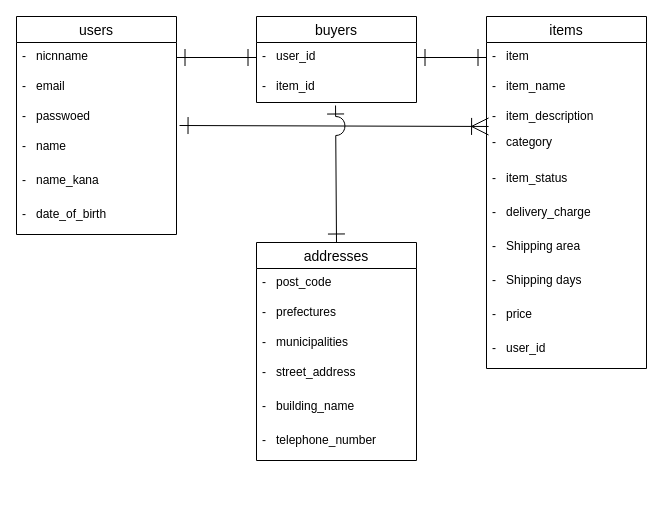
The draw.io diagram furima.dio in Riokyanpu/furima-40443, before the edit. Source tidied: cells renumbered, new cells numbered last; positions are measured from the earlier drawing's top-left corner, leaving out a move shared by most shapes. Both pictures are drawn from the tidied source at 100%, with x=0, y=0 at pixel (16, 16).
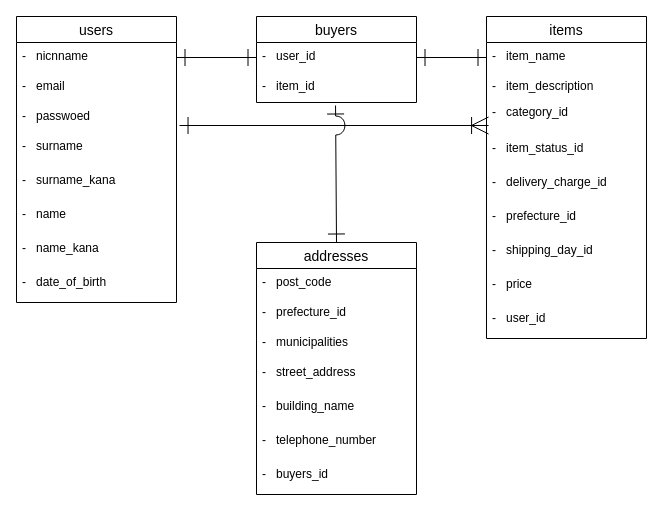
After the change.

The change refers to these unchanged cells:
```xml
<mxCell id="5" value="-   passwoed&#10;" style="text;strokeColor=none;fillColor=none;spacingLeft=4;spacingRight=4;overflow=hidden;points=[[0,0.5],[1,0.5]];portConstraint=eastwest;fontSize=12;" parent="2" vertex="1">
  <mxGeometry y="86" width="160" height="30" as="geometry" />
</mxCell>
<mxCell id="29" value="-   user_id" style="text;strokeColor=none;fillColor=none;spacingLeft=4;spacingRight=4;overflow=hidden;points=[[0,0.5],[1,0.5]];portConstraint=eastwest;fontSize=12;" parent="28" vertex="1">
  <mxGeometry y="26" width="160" height="30" as="geometry" />
</mxCell>
```

The edit, as a diff of the source:
```diff
@@
     <mxCell id="2" value="users" style="swimlane;fontStyle=0;horizontal=1;startSize=26;align=center;fontSize=14;" parent="1" vertex="1">
-      <mxGeometry width="160" height="218" as="geometry" />
+      <mxGeometry width="160" height="286" as="geometry" />
     </mxCell>
@@
-    <mxCell id="6" value="-   name&#10;" style="text;strokeColor=none;fillColor=none;spacingLeft=4;spacingRight=4;overflow=hidden;fontSize=12;" parent="2" vertex="1">
+    <mxCell id="6" value="-   surname&#10;" style="text;strokeColor=none;fillColor=none;spacingLeft=4;spacingRight=4;overflow=hidden;fontSize=12;" parent="2" vertex="1">
       <mxGeometry y="116" width="160" height="34" as="geometry" />
     </mxCell>
-    <mxCell id="7" value="-   name_kana" style="text;strokeColor=none;fillColor=none;spacingLeft=4;spacingRight=4;overflow=hidden;fontSize=12;" parent="2" vertex="1">
+    <mxCell id="7" value="-   surname_kana" style="text;strokeColor=none;fillColor=none;spacingLeft=4;spacingRight=4;overflow=hidden;fontSize=12;" parent="2" vertex="1">
       <mxGeometry y="150" width="160" height="34" as="geometry" />
     </mxCell>
+    <mxCell id="34" value="-   name&#10;" style="text;strokeColor=none;fillColor=none;spacingLeft=4;spacingRight=4;overflow=hidden;fontSize=12;" parent="2" vertex="1">
+      <mxGeometry y="184" width="160" height="34" as="geometry" />
+    </mxCell>
+    <mxCell id="35" value="-   name_kana" style="text;strokeColor=none;fillColor=none;spacingLeft=4;spacingRight=4;overflow=hidden;fontSize=12;" parent="2" vertex="1">
+      <mxGeometry y="218" width="160" height="34" as="geometry" />
+    </mxCell>
     <mxCell id="8" value="-   date_of_birth&#10;" style="text;strokeColor=none;fillColor=none;spacingLeft=4;spacingRight=4;overflow=hidden;fontSize=12;" parent="2" vertex="1">
-      <mxGeometry y="184" width="160" height="34" as="geometry" />
+      <mxGeometry y="252" width="160" height="34" as="geometry" />
     </mxCell>
-    <mxCell id="9" style="html=1;exitX=1.019;exitY=0.767;exitDx=0;exitDy=0;endArrow=ERoneToMany;endFill=0;endSize=15;startArrow=ERone;startFill=0;targetPerimeterSpacing=15;startSize=15;entryX=0.013;entryY=-0.056;entryDx=0;entryDy=0;entryPerimeter=0;exitPerimeter=0;" parent="1" edge="1" source="5" target="14">
+    <mxCell id="9" style="html=1;exitX=1.019;exitY=0.767;exitDx=0;exitDy=0;endArrow=ERoneToMany;endFill=0;endSize=15;startArrow=ERone;startFill=0;targetPerimeterSpacing=15;startSize=15;entryX=0.013;entryY=0.75;entryDx=0;entryDy=0;entryPerimeter=0;exitPerimeter=0;" parent="1" edge="1" source="5" target="14">
       <mxGeometry relative="1" as="geometry" />
     </mxCell>
     <mxCell id="10" value="items" style="swimlane;fontStyle=0;horizontal=1;startSize=26;align=center;fontSize=14;" parent="1" vertex="1">
-      <mxGeometry x="470" width="160" height="352" as="geometry" />
+      <mxGeometry x="470" width="160" height="322" as="geometry" />
     </mxCell>
-    <mxCell id="11" value="-   item" style="text;strokeColor=none;fillColor=none;spacingLeft=4;spacingRight=4;overflow=hidden;points=[[0,0.5],[1,0.5]];portConstraint=eastwest;fontSize=12;" parent="10" vertex="1">
-      <mxGeometry y="26" width="160" height="30" as="geometry" />
-    </mxCell>
     <mxCell id="12" value="-   item_name" style="text;strokeColor=none;fillColor=none;spacingLeft=4;spacingRight=4;overflow=hidden;fontSize=12;" parent="10" vertex="1">
-      <mxGeometry y="56" width="160" height="30" as="geometry" />
+      <mxGeometry y="26" width="160" height="30" as="geometry" />
     </mxCell>
     <mxCell id="13" value="-   item_description&#10;" style="text;strokeColor=none;fillColor=none;spacingLeft=4;spacingRight=4;overflow=hidden;fontSize=12;" parent="10" vertex="1">
-      <mxGeometry y="86" width="160" height="26" as="geometry" />
+      <mxGeometry y="56" width="160" height="26" as="geometry" />
     </mxCell>
-    <mxCell id="14" value="-   category" style="text;strokeColor=none;fillColor=none;spacingLeft=4;spacingRight=4;overflow=hidden;points=[[0,0.5],[1,0.5]];portConstraint=eastwest;fontSize=12;" parent="10" vertex="1">
-      <mxGeometry y="112" width="160" height="36" as="geometry" />
+    <mxCell id="14" value="-   category_id" style="text;strokeColor=none;fillColor=none;spacingLeft=4;spacingRight=4;overflow=hidden;points=[[0,0.5],[1,0.5]];portConstraint=eastwest;fontSize=12;" parent="10" vertex="1">
+      <mxGeometry y="82" width="160" height="36" as="geometry" />
     </mxCell>
-    <mxCell id="15" value="-   item_status" style="text;strokeColor=none;fillColor=none;spacingLeft=4;spacingRight=4;overflow=hidden;fontSize=12;" parent="10" vertex="1">
-      <mxGeometry y="148" width="160" height="34" as="geometry" />
+    <mxCell id="15" value="-   item_status_id" style="text;strokeColor=none;fillColor=none;spacingLeft=4;spacingRight=4;overflow=hidden;fontSize=12;" parent="10" vertex="1">
+      <mxGeometry y="118" width="160" height="34" as="geometry" />
     </mxCell>
-    <mxCell id="16" value="-   delivery_charge&#10;" style="text;strokeColor=none;fillColor=none;spacingLeft=4;spacingRight=4;overflow=hidden;fontSize=12;" parent="10" vertex="1">
-      <mxGeometry y="182" width="160" height="34" as="geometry" />
+    <mxCell id="16" value="-   delivery_charge_id&#10;" style="text;strokeColor=none;fillColor=none;spacingLeft=4;spacingRight=4;overflow=hidden;fontSize=12;" parent="10" vertex="1">
+      <mxGeometry y="152" width="160" height="34" as="geometry" />
     </mxCell>
-    <mxCell id="17" value="-   Shipping area" style="text;strokeColor=none;fillColor=none;spacingLeft=4;spacingRight=4;overflow=hidden;fontSize=12;" parent="10" vertex="1">
-      <mxGeometry y="216" width="160" height="34" as="geometry" />
+    <mxCell id="17" value="-   prefecture_id" style="text;strokeColor=none;fillColor=none;spacingLeft=4;spacingRight=4;overflow=hidden;fontSize=12;" parent="10" vertex="1">
+      <mxGeometry y="186" width="160" height="34" as="geometry" />
     </mxCell>
-    <mxCell id="18" value="-   Shipping days" style="text;strokeColor=none;fillColor=none;spacingLeft=4;spacingRight=4;overflow=hidden;fontSize=12;" parent="10" vertex="1">
-      <mxGeometry y="250" width="160" height="34" as="geometry" />
+    <mxCell id="18" value="-   shipping_day_id" style="text;strokeColor=none;fillColor=none;spacingLeft=4;spacingRight=4;overflow=hidden;fontSize=12;" parent="10" vertex="1">
+      <mxGeometry y="220" width="160" height="34" as="geometry" />
     </mxCell>
     <mxCell id="19" value="-   price&#10;" style="text;strokeColor=none;fillColor=none;spacingLeft=4;spacingRight=4;overflow=hidden;fontSize=12;" parent="10" vertex="1">
-      <mxGeometry y="284" width="160" height="34" as="geometry" />
+      <mxGeometry y="254" width="160" height="34" as="geometry" />
     </mxCell>
     <mxCell id="20" value="-   user_id&#10;" style="text;strokeColor=none;fillColor=none;spacingLeft=4;spacingRight=4;overflow=hidden;fontSize=12;" parent="10" vertex="1">
-      <mxGeometry y="318" width="160" height="34" as="geometry" />
+      <mxGeometry y="288" width="160" height="34" as="geometry" />
     </mxCell>
     <mxCell id="21" value="addresses" style="swimlane;fontStyle=0;horizontal=1;startSize=26;align=center;fontSize=14;" parent="1" vertex="1">
-      <mxGeometry x="240" y="226" width="160" height="218" as="geometry" />
+      <mxGeometry x="240" y="226" width="160" height="252" as="geometry" />
     </mxCell>
@@
-    <mxCell id="23" value="-   prefectures" style="text;strokeColor=none;fillColor=none;spacingLeft=4;spacingRight=4;overflow=hidden;fontSize=12;" parent="21" vertex="1">
+    <mxCell id="23" value="-   prefecture_id  " style="text;strokeColor=none;fillColor=none;spacingLeft=4;spacingRight=4;overflow=hidden;fontSize=12;" parent="21" vertex="1">
       <mxGeometry y="56" width="160" height="30" as="geometry" />
     </mxCell>
@@
+    <mxCell id="36" value="-   buyers_id" style="text;strokeColor=none;fillColor=none;spacingLeft=4;spacingRight=4;overflow=hidden;fontSize=12;" parent="21" vertex="1">
+      <mxGeometry y="218" width="160" height="34" as="geometry" />
+    </mxCell>
@@
-    <mxCell id="31" style="edgeStyle=none;html=1;exitX=1;exitY=0.5;exitDx=0;exitDy=0;entryX=0;entryY=0.5;entryDx=0;entryDy=0;startArrow=ERone;startFill=0;endArrow=ERone;endFill=0;startSize=15;endSize=15;" parent="1" edge="1" source="29" target="11">
-      <mxGeometry relative="1" as="geometry" />
+    <mxCell id="31" style="edgeStyle=none;html=1;exitX=1;exitY=0.5;exitDx=0;exitDy=0;entryX=0;entryY=0.5;entryDx=0;entryDy=0;startArrow=ERone;startFill=0;endArrow=ERone;endFill=0;startSize=15;endSize=15;" parent="1" edge="1" source="29">
+      <mxGeometry relative="1" as="geometry">
+        <mxPoint x="470" y="41" as="targetPoint" />
+      </mxGeometry>
     </mxCell>
```
